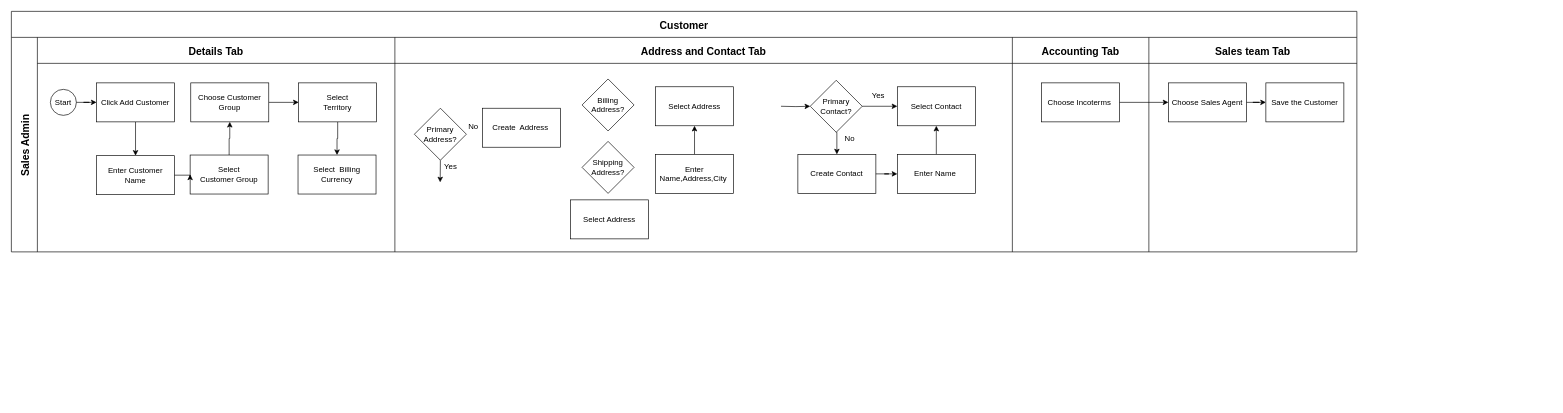
Iswariya-LMNAs/Diagrams keeps this draw.io diagram as SGB/Customer Userflow.drawio. Above is the earlier version. Source tidied: cells renumbered, new cells numbered last; positions are measured from the earlier drawing's top-left corner, leaving out a move shared by most shapes. Both pictures are drawn from the tidied source at 65%, with x=0, y=0 at pixel (11, 11).
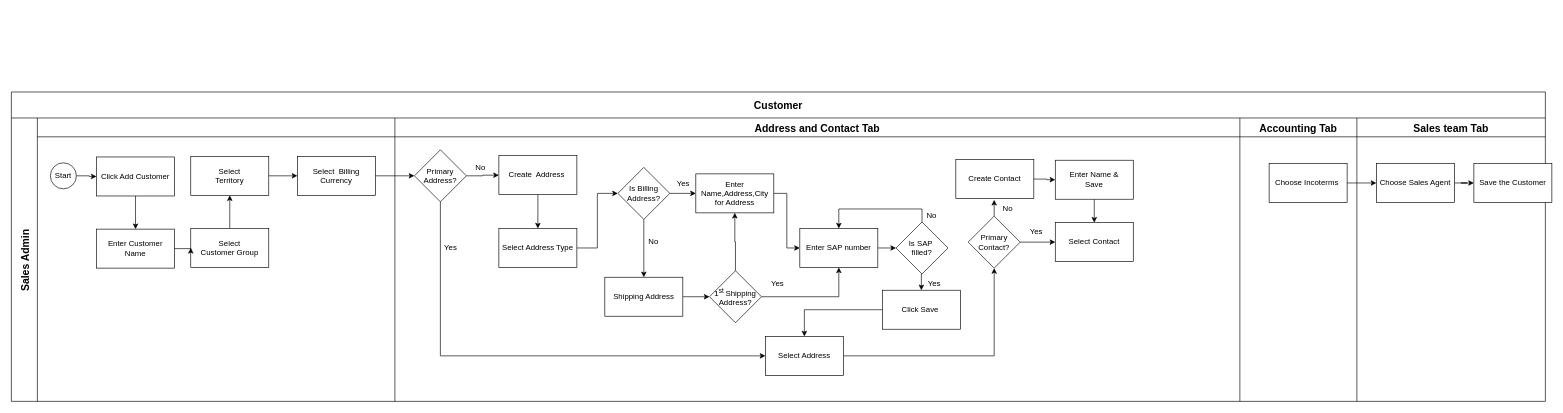
Above is the later version.

Diff of the diagram source:
```diff
@@
     <mxCell id="2" value="Customer" style="shape=table;childLayout=tableLayout;startSize=40;fontSize=16;fontStyle=1;" parent="1" vertex="1">
-      <mxGeometry width="2070" height="370" as="geometry" />
+      <mxGeometry y="124" width="2360" height="476" as="geometry" />
     </mxCell>
     <mxCell id="3" value="Sales Admin" style="shape=tableRow;horizontal=0;swimlaneHead=0;swimlaneBody=0;top=0;left=0;strokeColor=inherit;bottom=0;right=0;fontStyle=1;fillColor=none;startSize=40;fontSize=16;" parent="2" vertex="1">
-      <mxGeometry y="40" width="2070" height="330" as="geometry" />
+      <mxGeometry y="40" width="2360" height="436" as="geometry" />
     </mxCell>
-    <mxCell id="4" value="Details Tab" style="swimlane;swimlaneHead=0;swimlaneBody=0;fontStyle=1;strokeColor=inherit;fillColor=none;startSize=40;fontSize=16;" parent="3" vertex="1">
-      <mxGeometry x="40" width="550" height="330" as="geometry" />
+    <mxCell id="4" style="swimlane;swimlaneHead=0;swimlaneBody=0;fontStyle=1;strokeColor=inherit;fillColor=none;startSize=29;fontSize=16;" parent="3" vertex="1">
+      <mxGeometry x="40" width="550" height="436" as="geometry" />
     </mxCell>
-    <mxCell id="5" style="edgeStyle=orthogonalEdgeStyle;rounded=0;jettySize=auto;html=1;exitX=0.5;exitY=0;exitDx=0;exitDy=0;entryX=0.5;entryY=1;entryDx=0;entryDy=0;" parent="4" edge="1" source="6" target="12">
-      <mxGeometry relative="1" as="geometry" />
+    <mxCell id="5" style="edgeStyle=orthogonalEdgeStyle;rounded=0;jettySize=auto;html=1;exitX=0.5;exitY=0;exitDx=0;exitDy=0;entryX=0.5;entryY=1;entryDx=0;entryDy=0;" parent="4" edge="1" source="6">
+      <mxGeometry relative="1" as="geometry">
+        <mxPoint x="296" y="119" as="targetPoint" />
+      </mxGeometry>
     </mxCell>
     <mxCell id="6" value="Select&lt;div&gt;Customer Group&lt;/div&gt;" style="rounded=0;whiteSpace=wrap;html=1;" parent="4" vertex="1">
-      <mxGeometry x="235" y="181" width="120" height="60" as="geometry" />
+      <mxGeometry x="236" y="170" width="120" height="60" as="geometry" />
     </mxCell>
-    <mxCell id="7" style="edgeStyle=orthogonalEdgeStyle;rounded=0;jettySize=auto;html=1;exitX=0.5;exitY=1;exitDx=0;exitDy=0;entryX=0.5;entryY=0;entryDx=0;entryDy=0;" parent="4" edge="1" source="8" target="13">
+    <mxCell id="7" style="edgeStyle=orthogonalEdgeStyle;rounded=0;jettySize=auto;html=1;exitX=1;exitY=0.5;exitDx=0;exitDy=0;entryX=0;entryY=0.5;entryDx=0;entryDy=0;" parent="4" edge="1" source="8" target="13">
       <mxGeometry relative="1" as="geometry" />
     </mxCell>
     <mxCell id="8" value="Select&lt;div&gt;Territory&lt;/div&gt;" style="rounded=0;whiteSpace=wrap;html=1;" parent="4" vertex="1">
-      <mxGeometry x="402" y="70" width="120" height="60" as="geometry" />
+      <mxGeometry x="236" y="59" width="120" height="60" as="geometry" />
     </mxCell>
     <mxCell id="9" value="Enter Customer Name" style="rounded=0;whiteSpace=wrap;html=1;" parent="4" vertex="1">
-      <mxGeometry x="91" y="182" width="120" height="60" as="geometry" />
+      <mxGeometry x="91" y="171" width="120" height="60" as="geometry" />
     </mxCell>
@@
-    <mxCell id="11" style="edgeStyle=orthogonalEdgeStyle;rounded=0;jettySize=auto;html=1;exitX=1;exitY=0.5;exitDx=0;exitDy=0;entryX=0;entryY=0.5;entryDx=0;entryDy=0;" parent="4" edge="1" source="12" target="8">
-      <mxGeometry relative="1" as="geometry" />
-    </mxCell>
-    <mxCell id="12" value="Choose Customer Group" style="rounded=0;whiteSpace=wrap;html=1;" parent="4" vertex="1">
-      <mxGeometry x="236" y="70" width="120" height="60" as="geometry" />
-    </mxCell>
     <mxCell id="13" value="Select&amp;nbsp; Billing Currency" style="whiteSpace=wrap;html=1;" parent="4" vertex="1">
-      <mxGeometry x="401" y="181" width="120" height="60" as="geometry" />
+      <mxGeometry x="400" y="59" width="120" height="60" as="geometry" />
     </mxCell>
     <mxCell id="14" value="Start" style="ellipse;whiteSpace=wrap;html=1;" parent="4" vertex="1">
-      <mxGeometry x="20" y="80" width="40" height="40" as="geometry" />
+      <mxGeometry x="20" y="69" width="40" height="40" as="geometry" />
     </mxCell>
-    <mxCell id="15" value="Address and Contact Tab" style="swimlane;swimlaneHead=0;swimlaneBody=0;fontStyle=1;strokeColor=inherit;fillColor=none;startSize=40;fontSize=16;" parent="3" vertex="1">
-      <mxGeometry x="590" width="950" height="330" as="geometry" />
+    <mxCell id="15" value="Address and Contact Tab" style="swimlane;swimlaneHead=0;swimlaneBody=0;fontStyle=1;strokeColor=inherit;fillColor=none;startSize=29;fontSize=16;" parent="3" vertex="1">
+      <mxGeometry x="590" width="1300" height="436" as="geometry" />
     </mxCell>
-    <mxCell id="16" style="edgeStyle=orthogonalEdgeStyle;rounded=0;jettySize=auto;html=1;exitX=0.5;exitY=1;exitDx=0;exitDy=0;" parent="15" edge="1" source="17">
-      <mxGeometry relative="1" as="geometry">
-        <mxPoint x="69.7" y="223" as="targetPoint" />
-      </mxGeometry>
-    </mxCell>
+    <mxCell id="48" style="edgeStyle=orthogonalEdgeStyle;rounded=0;jettySize=auto;html=1;exitX=1;exitY=0.5;exitDx=0;exitDy=0;" parent="15" edge="1" source="17" target="18">
+      <mxGeometry relative="1" as="geometry" />
+    </mxCell>
     <mxCell id="17" value="Primary Address?" style="rhombus;whiteSpace=wrap;html=1;rounded=0;" parent="15" vertex="1">
-      <mxGeometry x="30" y="109" width="80" height="80" as="geometry" />
+      <mxGeometry x="30" y="49" width="80" height="80" as="geometry" />
     </mxCell>
+    <mxCell id="49" style="edgeStyle=orthogonalEdgeStyle;rounded=0;jettySize=auto;html=1;exitX=0.5;exitY=1;exitDx=0;exitDy=0;entryX=0.5;entryY=0;entryDx=0;entryDy=0;" parent="15" edge="1" source="18" target="53">
+      <mxGeometry relative="1" as="geometry" />
+    </mxCell>
     <mxCell id="18" value="Create&amp;nbsp; Address&amp;nbsp;" style="whiteSpace=wrap;html=1;" parent="15" vertex="1">
-      <mxGeometry x="135" y="109" width="120" height="60" as="geometry" />
+      <mxGeometry x="160" y="58" width="120" height="60" as="geometry" />
     </mxCell>
     <mxCell id="19" value="No" style="text;html=1;align=center;verticalAlign=middle;whiteSpace=wrap;rounded=0;" parent="15" vertex="1">
-      <mxGeometry x="96" y="128" width="50" height="20" as="geometry" />
+      <mxGeometry x="107" y="67" width="50" height="20" as="geometry" />
     </mxCell>
@@
-    <mxCell id="21" style="edgeStyle=orthogonalEdgeStyle;rounded=0;jettySize=auto;html=1;exitX=1;exitY=0.5;exitDx=0;exitDy=0;entryX=0;entryY=0.5;entryDx=0;entryDy=0;" parent="15" edge="1" source="23" target="28">
-      <mxGeometry relative="1" as="geometry" />
-    </mxCell>
-    <mxCell id="22" style="edgeStyle=orthogonalEdgeStyle;rounded=0;jettySize=auto;html=1;exitX=0.5;exitY=1;exitDx=0;exitDy=0;entryX=0.5;entryY=0;entryDx=0;entryDy=0;" parent="15" edge="1" source="23" target="24">
-      <mxGeometry relative="1" as="geometry" />
-    </mxCell>
-    <mxCell id="23" value="Primary Contact?" style="rhombus;whiteSpace=wrap;html=1;rounded=0;" parent="15" vertex="1">
-      <mxGeometry x="639" y="66" width="80" height="80" as="geometry" />
-    </mxCell>
-    <mxCell id="24" value="Create Contact" style="whiteSpace=wrap;html=1;" parent="15" vertex="1">
-      <mxGeometry x="620" y="180" width="120" height="60" as="geometry" />
-    </mxCell>
-    <mxCell id="25" style="edgeStyle=orthogonalEdgeStyle;rounded=0;jettySize=auto;html=1;exitX=0.5;exitY=0;exitDx=0;exitDy=0;" parent="15" edge="1" source="26" target="28">
-      <mxGeometry relative="1" as="geometry" />
-    </mxCell>
-    <mxCell id="26" value="Enter Name&amp;nbsp;" style="whiteSpace=wrap;html=1;" parent="15" vertex="1">
-      <mxGeometry x="773" y="180" width="120" height="60" as="geometry" />
-    </mxCell>
-    <mxCell id="27" style="edgeStyle=orthogonalEdgeStyle;rounded=0;jettySize=auto;html=1;" parent="15" edge="1" source="24" target="26">
-      <mxGeometry relative="1" as="geometry" />
-    </mxCell>
-    <mxCell id="28" value="Select Contact" style="whiteSpace=wrap;html=1;" parent="15" vertex="1">
-      <mxGeometry x="773" y="76" width="120" height="60" as="geometry" />
-    </mxCell>
-    <mxCell id="29" value="Yes" style="text;html=1;align=center;verticalAlign=middle;whiteSpace=wrap;rounded=0;" parent="15" vertex="1">
-      <mxGeometry x="719" y="80" width="50" height="20" as="geometry" />
-    </mxCell>
-    <mxCell id="30" value="No" style="text;html=1;align=center;verticalAlign=middle;whiteSpace=wrap;rounded=0;" parent="15" vertex="1">
-      <mxGeometry x="675" y="146" width="50" height="20" as="geometry" />
-    </mxCell>
+    <mxCell id="50" style="edgeStyle=orthogonalEdgeStyle;rounded=0;jettySize=auto;html=1;exitX=0.5;exitY=1;exitDx=0;exitDy=0;entryX=0.5;entryY=0;entryDx=0;entryDy=0;" parent="15" edge="1" source="32" target="58">
+      <mxGeometry relative="1" as="geometry" />
+    </mxCell>
+    <mxCell id="51" style="edgeStyle=orthogonalEdgeStyle;rounded=0;jettySize=auto;html=1;exitX=1;exitY=0.5;exitDx=0;exitDy=0;entryX=0;entryY=0.5;entryDx=0;entryDy=0;" parent="15" edge="1" source="32" target="55">
+      <mxGeometry relative="1" as="geometry" />
+    </mxCell>
+    <mxCell id="32" value="Is Billing Address?" style="rhombus;whiteSpace=wrap;html=1;rounded=0;" parent="15" vertex="1">
+      <mxGeometry x="343" y="76" width="80" height="80" as="geometry" />
+    </mxCell>
+    <mxCell id="52" style="edgeStyle=orthogonalEdgeStyle;rounded=0;jettySize=auto;html=1;entryX=0;entryY=0.5;entryDx=0;entryDy=0;" parent="15" edge="1" source="53" target="32">
+      <mxGeometry relative="1" as="geometry" />
+    </mxCell>
+    <mxCell id="53" value="Select Address Type" style="whiteSpace=wrap;html=1;" parent="15" vertex="1">
+      <mxGeometry x="160" y="170" width="120" height="60" as="geometry" />
+    </mxCell>
+    <mxCell id="54" style="edgeStyle=orthogonalEdgeStyle;rounded=0;jettySize=auto;html=1;entryX=0;entryY=0.5;entryDx=0;entryDy=0;" parent="15" edge="1" source="55" target="47">
+      <mxGeometry relative="1" as="geometry" />
+    </mxCell>
+    <mxCell id="55" value="Enter Name,Address,City for Address" style="whiteSpace=wrap;html=1;" parent="15" vertex="1">
+      <mxGeometry x="463" y="86" width="120" height="60" as="geometry" />
+    </mxCell>
+    <mxCell id="56" style="edgeStyle=orthogonalEdgeStyle;rounded=0;jettySize=auto;html=1;exitX=1;exitY=0.5;exitDx=0;exitDy=0;entryX=0;entryY=0.5;entryDx=0;entryDy=0;" parent="15" edge="1" source="47" target="65">
+      <mxGeometry relative="1" as="geometry" />
+    </mxCell>
+    <mxCell id="47" value="Enter SAP number" style="whiteSpace=wrap;html=1;" parent="15" vertex="1">
+      <mxGeometry x="623" y="170" width="120" height="60" as="geometry" />
+    </mxCell>
+    <mxCell id="57" style="edgeStyle=orthogonalEdgeStyle;rounded=0;jettySize=auto;html=1;exitX=1;exitY=0.5;exitDx=0;exitDy=0;entryX=0;entryY=0.5;entryDx=0;entryDy=0;" parent="15" edge="1" source="58" target="31">
+      <mxGeometry relative="1" as="geometry" />
+    </mxCell>
+    <mxCell id="58" value="Shipping Address" style="whiteSpace=wrap;html=1;" parent="15" vertex="1">
+      <mxGeometry x="323" y="245" width="120" height="60" as="geometry" />
+    </mxCell>
+    <mxCell id="59" style="edgeStyle=orthogonalEdgeStyle;rounded=0;jettySize=auto;html=1;exitX=0.5;exitY=0;exitDx=0;exitDy=0;entryX=0.5;entryY=1;entryDx=0;entryDy=0;" parent="15" edge="1" source="31" target="55">
+      <mxGeometry relative="1" as="geometry" />
+    </mxCell>
+    <mxCell id="60" style="edgeStyle=orthogonalEdgeStyle;rounded=0;jettySize=auto;html=1;exitX=1;exitY=0.5;exitDx=0;exitDy=0;entryX=0.5;entryY=1;entryDx=0;entryDy=0;" parent="15" edge="1" source="31" target="47">
+      <mxGeometry relative="1" as="geometry" />
+    </mxCell>
-    <mxCell id="31" value="Shipping Address?" style="rhombus;whiteSpace=wrap;html=1;rounded=0;" parent="15" vertex="1">
-      <mxGeometry x="288" y="160" width="80" height="80" as="geometry" />
+    <mxCell id="31" value="1&lt;sup&gt;st &lt;/sup&gt;Shipping Address?" style="rhombus;whiteSpace=wrap;html=1;rounded=0;" parent="15" vertex="1">
+      <mxGeometry x="484" y="235" width="80" height="80" as="geometry" />
     </mxCell>
-    <mxCell id="32" value="Billing Address?" style="rhombus;whiteSpace=wrap;html=1;rounded=0;" parent="15" vertex="1">
-      <mxGeometry x="288" y="64" width="80" height="80" as="geometry" />
-    </mxCell>
-    <mxCell id="33" value="Select Address" style="whiteSpace=wrap;html=1;" parent="15" vertex="1">
-      <mxGeometry x="270" y="250" width="120" height="60" as="geometry" />
-    </mxCell>
+    <mxCell id="61" value="No" style="text;html=1;align=center;verticalAlign=middle;whiteSpace=wrap;rounded=0;" parent="15" vertex="1">
+      <mxGeometry x="373" y="180" width="50" height="20" as="geometry" />
+    </mxCell>
+    <mxCell id="62" value="Yes" style="text;html=1;align=center;verticalAlign=middle;whiteSpace=wrap;rounded=0;" parent="15" vertex="1">
+      <mxGeometry x="419" y="91" width="50" height="20" as="geometry" />
+    </mxCell>
+    <mxCell id="63" style="edgeStyle=orthogonalEdgeStyle;rounded=0;jettySize=auto;html=1;exitX=0.5;exitY=0;exitDx=0;exitDy=0;entryX=0.5;entryY=0;entryDx=0;entryDy=0;" parent="15" edge="1" source="65" target="47">
+      <mxGeometry relative="1" as="geometry" />
+    </mxCell>
+    <mxCell id="64" style="edgeStyle=orthogonalEdgeStyle;rounded=0;jettySize=auto;html=1;exitX=0.5;exitY=1;exitDx=0;exitDy=0;entryX=0.5;entryY=0;entryDx=0;entryDy=0;" parent="15" edge="1" source="65" target="66">
+      <mxGeometry relative="1" as="geometry" />
+    </mxCell>
+    <mxCell id="65" value="Is SAP&amp;nbsp;&lt;br&gt;filled?" style="rhombus;whiteSpace=wrap;html=1;rounded=0;" parent="15" vertex="1">
+      <mxGeometry x="771" y="160" width="80" height="80" as="geometry" />
+    </mxCell>
+    <mxCell id="66" value="Click Save&amp;nbsp;" style="whiteSpace=wrap;html=1;" parent="15" vertex="1">
+      <mxGeometry x="750" y="265" width="120" height="60" as="geometry" />
+    </mxCell>
+    <mxCell id="67" value="Yes" style="text;html=1;align=center;verticalAlign=middle;whiteSpace=wrap;rounded=0;" parent="15" vertex="1">
+      <mxGeometry x="564" y="245" width="50" height="20" as="geometry" />
+    </mxCell>
+    <mxCell id="68" value="Yes" style="text;html=1;align=center;verticalAlign=middle;whiteSpace=wrap;rounded=0;" parent="15" vertex="1">
+      <mxGeometry x="805" y="245" width="50" height="20" as="geometry" />
+    </mxCell>
+    <mxCell id="69" value="No" style="text;html=1;align=center;verticalAlign=middle;whiteSpace=wrap;rounded=0;" parent="15" vertex="1">
+      <mxGeometry x="801" y="140" width="50" height="20" as="geometry" />
+    </mxCell>
+    <mxCell id="70" value="No" style="text;html=1;align=center;verticalAlign=middle;whiteSpace=wrap;rounded=0;" parent="15" vertex="1">
+      <mxGeometry x="918" y="129" width="50" height="20" as="geometry" />
+    </mxCell>
-    <mxCell id="34" value="Accounting Tab" style="swimlane;swimlaneHead=0;swimlaneBody=0;fontStyle=1;strokeColor=inherit;fillColor=none;startSize=40;fontSize=16;" parent="3" vertex="1">
-      <mxGeometry x="1540" width="210" height="330" as="geometry" />
+    <mxCell id="34" value="Accounting Tab" style="swimlane;swimlaneHead=0;swimlaneBody=0;fontStyle=1;strokeColor=inherit;fillColor=none;startSize=29;fontSize=16;" parent="3" vertex="1">
+      <mxGeometry x="1890" width="180" height="436" as="geometry" />
     </mxCell>
@@
-    <mxCell id="36" value="Sales team Tab" style="swimlane;swimlaneHead=0;swimlaneBody=0;fontStyle=1;strokeColor=inherit;fillColor=none;startSize=40;fontSize=16;" parent="3" vertex="1">
-      <mxGeometry x="1750" width="320" height="330" as="geometry" />
+    <mxCell id="36" value="Sales team Tab" style="swimlane;swimlaneHead=0;swimlaneBody=0;fontStyle=1;strokeColor=inherit;fillColor=none;startSize=29;fontSize=16;" parent="3" vertex="1">
+      <mxGeometry x="2070" width="290" height="436" as="geometry" />
     </mxCell>
@@
+    <mxCell id="71" style="edgeStyle=orthogonalEdgeStyle;rounded=0;jettySize=auto;html=1;exitX=1;exitY=0.5;exitDx=0;exitDy=0;entryX=0;entryY=0.5;entryDx=0;entryDy=0;" parent="3" edge="1" source="13" target="17">
+      <mxGeometry relative="1" as="geometry" />
+    </mxCell>
@@
     <mxCell id="43" value="Click Add Customer" style="rounded=0;whiteSpace=wrap;html=1;" parent="1" vertex="1">
-      <mxGeometry x="131" y="110" width="120" height="60" as="geometry" />
+      <mxGeometry x="131" y="224" width="120" height="60" as="geometry" />
     </mxCell>
-    <mxCell id="44" style="edgeStyle=orthogonalEdgeStyle;rounded=0;jettySize=auto;html=1;exitX=1;exitY=0.5;exitDx=0;exitDy=0;entryX=0;entryY=0.5;entryDx=0;entryDy=0;" parent="1" edge="1" target="23">
-      <mxGeometry relative="1" as="geometry">
-        <mxPoint x="1184" y="146" as="sourcePoint" />
-      </mxGeometry>
-    </mxCell>
-    <mxCell id="45" value="Select Address" style="whiteSpace=wrap;html=1;" parent="1" vertex="1">
-      <mxGeometry x="991" y="116" width="120" height="60" as="geometry" />
-    </mxCell>
-    <mxCell id="46" style="edgeStyle=orthogonalEdgeStyle;rounded=0;jettySize=auto;html=1;exitX=0.5;exitY=0;exitDx=0;exitDy=0;entryX=0.5;entryY=1;entryDx=0;entryDy=0;" parent="1" edge="1" source="47" target="45">
-      <mxGeometry relative="1" as="geometry" />
-    </mxCell>
-    <mxCell id="47" value="Enter Name,Address,City&amp;nbsp;" style="whiteSpace=wrap;html=1;" parent="1" vertex="1">
-      <mxGeometry x="991" y="220" width="120" height="60" as="geometry" />
-    </mxCell>
+    <mxCell id="21" style="edgeStyle=orthogonalEdgeStyle;rounded=0;jettySize=auto;html=1;exitX=1;exitY=0.5;exitDx=0;exitDy=0;entryX=0;entryY=0.5;entryDx=0;entryDy=0;" parent="1" edge="1" source="23" target="28">
+      <mxGeometry relative="1" as="geometry" />
+    </mxCell>
+    <mxCell id="72" style="edgeStyle=orthogonalEdgeStyle;rounded=0;jettySize=auto;html=1;exitX=0.5;exitY=0;exitDx=0;exitDy=0;" parent="1" edge="1" source="23">
+      <mxGeometry relative="1" as="geometry">
+        <mxPoint x="1512" y="290" as="targetPoint" />
+      </mxGeometry>
+    </mxCell>
+    <mxCell id="23" value="Primary Contact?" style="rhombus;whiteSpace=wrap;html=1;rounded=0;" parent="1" vertex="1">
+      <mxGeometry x="1472" y="315" width="80" height="80" as="geometry" />
+    </mxCell>
+    <mxCell id="24" value="Create Contact" style="whiteSpace=wrap;html=1;" parent="1" vertex="1">
+      <mxGeometry x="1453" y="228" width="120" height="60" as="geometry" />
+    </mxCell>
+    <mxCell id="73" style="edgeStyle=orthogonalEdgeStyle;rounded=0;jettySize=auto;html=1;exitX=0.5;exitY=1;exitDx=0;exitDy=0;entryX=0.5;entryY=0;entryDx=0;entryDy=0;" parent="1" edge="1" source="74" target="28">
+      <mxGeometry relative="1" as="geometry" />
+    </mxCell>
+    <mxCell id="74" value="Enter Name &amp;amp;&lt;br&gt;&amp;nbsp;Save&amp;nbsp;" style="whiteSpace=wrap;html=1;" parent="1" vertex="1">
+      <mxGeometry x="1606" y="229" width="120" height="60" as="geometry" />
+    </mxCell>
+    <mxCell id="75" style="edgeStyle=orthogonalEdgeStyle;rounded=0;jettySize=auto;html=1;" parent="1" edge="1" source="24" target="74">
+      <mxGeometry relative="1" as="geometry" />
+    </mxCell>
+    <mxCell id="28" value="Select Contact" style="whiteSpace=wrap;html=1;" parent="1" vertex="1">
+      <mxGeometry x="1606" y="325" width="120" height="60" as="geometry" />
+    </mxCell>
+    <mxCell id="76" value="Yes" style="text;html=1;align=center;verticalAlign=middle;whiteSpace=wrap;rounded=0;" parent="1" vertex="1">
+      <mxGeometry x="1552" y="329" width="50" height="20" as="geometry" />
+    </mxCell>
+    <mxCell id="77" style="edgeStyle=orthogonalEdgeStyle;rounded=0;jettySize=auto;html=1;exitX=1;exitY=0.5;exitDx=0;exitDy=0;entryX=0.5;entryY=1;entryDx=0;entryDy=0;" parent="1" edge="1" source="78" target="23">
+      <mxGeometry relative="1" as="geometry" />
+    </mxCell>
+    <mxCell id="78" value="Select Address" style="whiteSpace=wrap;html=1;" parent="1" vertex="1">
+      <mxGeometry x="1160" y="500" width="120" height="60" as="geometry" />
+    </mxCell>
+    <mxCell id="79" style="edgeStyle=orthogonalEdgeStyle;rounded=0;jettySize=auto;html=1;exitX=0.5;exitY=1;exitDx=0;exitDy=0;entryX=0;entryY=0.5;entryDx=0;entryDy=0;" parent="1" edge="1" source="17" target="78">
+      <mxGeometry relative="1" as="geometry" />
+    </mxCell>
+    <mxCell id="80" style="edgeStyle=orthogonalEdgeStyle;rounded=0;jettySize=auto;html=1;exitX=0;exitY=0.5;exitDx=0;exitDy=0;entryX=0.5;entryY=0;entryDx=0;entryDy=0;" parent="1" edge="1" source="66" target="78">
+      <mxGeometry relative="1" as="geometry" />
+    </mxCell>
```
